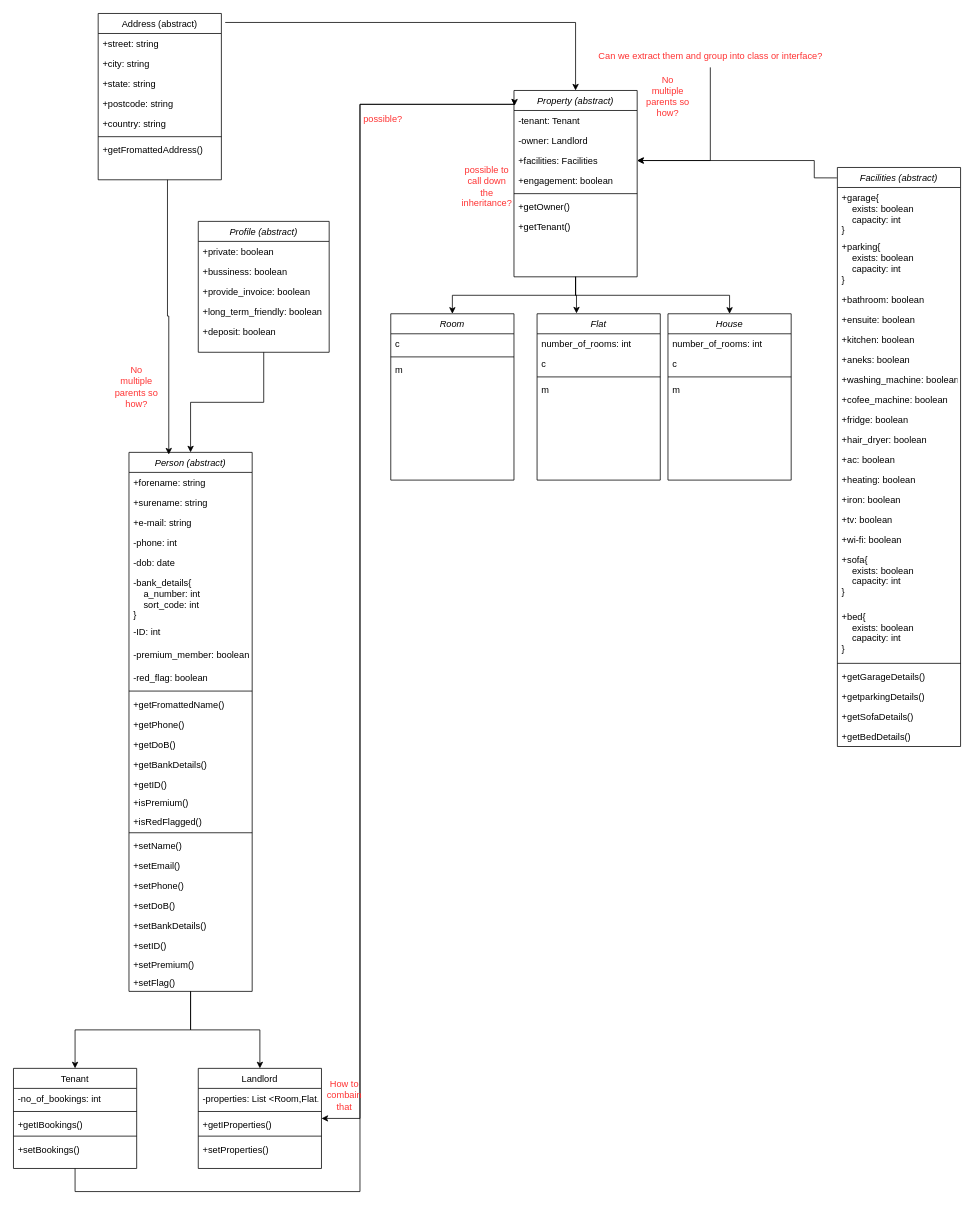
The draw.io diagram Documentation/CW_diagram.drawio in MMadejsza/C-_SD3_Coursework_-_Application_-SpareB-B-, before the edit. Source tidied: cells renumbered, new cells numbered last; positions are measured from the earlier drawing's top-left corner, leaving out a move shared by most shapes. Both pictures are drawn from the tidied source at 77%, with x=0, y=0 at pixel (13, 13).
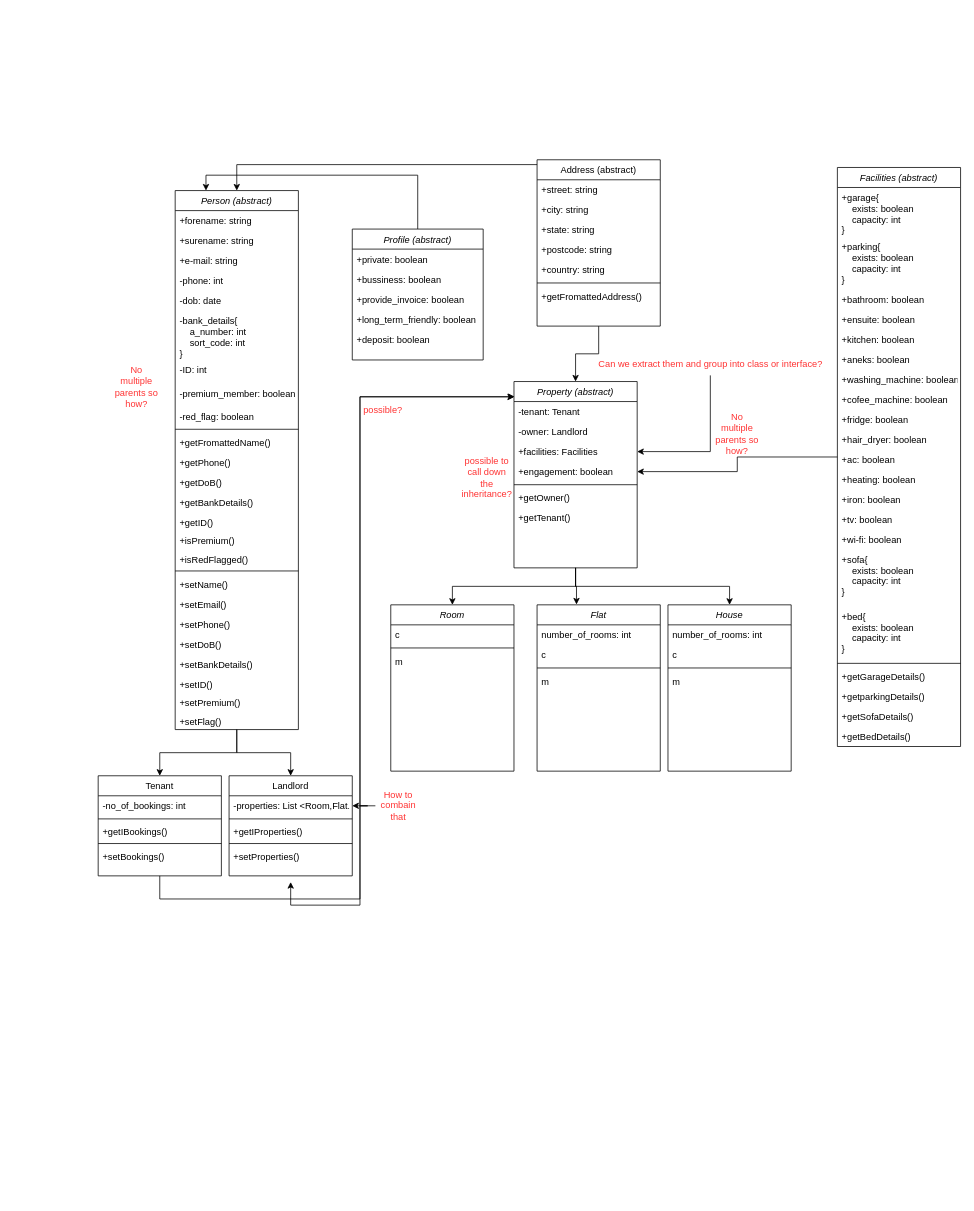
The same page after the edit.

Commit message:
structure/shape corrected

Unchanged cells that the change refers to:
```xml
<mxCell id="68" value="+facilities: Facilities" style="text;align=left;verticalAlign=top;spacingLeft=4;spacingRight=4;overflow=hidden;points=[[0,0.5],[1,0.5]];portConstraint=eastwest;rounded=0;shadow=0;html=0;" parent="65" vertex="1">
  <mxGeometry y="78" width="160" height="26" as="geometry" />
</mxCell>
<mxCell id="69" value="+engagement: boolean" style="text;align=left;verticalAlign=top;spacingLeft=4;spacingRight=4;overflow=hidden;points=[[0,0.5],[1,0.5]];portConstraint=eastwest;" parent="65" vertex="1">
  <mxGeometry y="104" width="160" height="26" as="geometry" />
</mxCell>
<mxCell id="83" value="Facilities (abstract)" style="swimlane;fontStyle=2;align=center;verticalAlign=top;horizontal=1;startSize=26;rounded=0;shadow=0;strokeWidth=1;" parent="1" vertex="1">
  <mxGeometry x="1070" y="200" width="160" height="752" as="geometry" />
</mxCell>
<mxCell id="109" value="-properties: List &lt;Room,Flat...&gt;" style="text;align=left;verticalAlign=top;spacingLeft=4;spacingRight=4;overflow=hidden;points=[[0,0.5],[1,0.5]];portConstraint=eastwest;" parent="108" vertex="1">
  <mxGeometry y="26" width="160" height="26" as="geometry" />
</mxCell>
```

What changed in the source:
```diff
@@
     <mxCell id="4" value="Person (abstract)" style="swimlane;fontStyle=2;align=center;verticalAlign=top;horizontal=1;startSize=26;rounded=0;shadow=0;strokeWidth=1;" parent="1" vertex="1">
-      <mxGeometry x="150" y="570" width="160" height="700" as="geometry" />
+      <mxGeometry x="210" y="230" width="160" height="700" as="geometry" />
     </mxCell>
@@
     <mxCell id="31" style="edgeStyle=orthogonalEdgeStyle;rounded=0;jettySize=auto;html=1;entryX=0.005;entryY=0.081;entryDx=0;entryDy=0;entryPerimeter=0;" parent="1" edge="1" source="32" target="65">
       <mxGeometry relative="1" as="geometry">
         <Array as="points">
-          <mxPoint x="80" y="1530" />
-          <mxPoint x="450" y="1530" />
-          <mxPoint x="450" y="118" />
+          <mxPoint x="190" y="1150" />
+          <mxPoint x="450" y="1150" />
+          <mxPoint x="450" y="498" />
         </Array>
       </mxGeometry>
     </mxCell>
     <mxCell id="32" value="Tenant" style="swimlane;fontStyle=0;align=center;verticalAlign=top;horizontal=1;startSize=26;rounded=0;shadow=0;strokeWidth=1;" parent="1" vertex="1">
-      <mxGeometry y="1370" width="160" height="130" as="geometry" />
+      <mxGeometry x="110" y="990" width="160" height="130" as="geometry" />
     </mxCell>
@@
+    <mxCell id="39" style="edgeStyle=orthogonalEdgeStyle;rounded=0;jettySize=auto;html=1;entryX=0.5;entryY=0;entryDx=0;entryDy=0;exitX=0.013;exitY=0.029;exitDx=0;exitDy=0;exitPerimeter=0;" parent="1" edge="1" source="40" target="4">
+      <mxGeometry relative="1" as="geometry" />
+    </mxCell>
-    <mxCell id="38" style="edgeStyle=orthogonalEdgeStyle;rounded=0;jettySize=auto;html=1;entryX=0.5;entryY=0;entryDx=0;entryDy=0;exitX=1.031;exitY=0.054;exitDx=0;exitDy=0;exitPerimeter=0;" parent="1" edge="1" source="40" target="65">
+    <mxCell id="38" style="edgeStyle=orthogonalEdgeStyle;rounded=0;jettySize=auto;html=1;exitX=0.5;exitY=1;exitDx=0;exitDy=0;" parent="1" edge="1" source="40" target="65">
       <mxGeometry relative="1" as="geometry" />
     </mxCell>
-    <mxCell id="39" style="edgeStyle=orthogonalEdgeStyle;rounded=0;jettySize=auto;html=1;entryX=0.323;entryY=0.004;entryDx=0;entryDy=0;entryPerimeter=0;" parent="1" edge="1" source="40" target="4">
-      <mxGeometry relative="1" as="geometry">
-        <Array as="points">
-          <mxPoint x="200" y="393" />
-          <mxPoint x="202" y="393" />
-        </Array>
-      </mxGeometry>
-    </mxCell>
     <mxCell id="40" value="Address (abstract)" style="swimlane;fontStyle=0;align=center;verticalAlign=top;horizontal=1;startSize=26;rounded=0;shadow=0;strokeWidth=1;" parent="1" vertex="1">
-      <mxGeometry x="110" width="160" height="216" as="geometry" />
+      <mxGeometry x="680" y="190" width="160" height="216" as="geometry" />
     </mxCell>
@@
     <mxCell id="48" value="House" style="swimlane;fontStyle=2;align=center;verticalAlign=top;horizontal=1;startSize=26;rounded=0;shadow=0;strokeWidth=1;" parent="1" vertex="1">
-      <mxGeometry x="850" y="390" width="160" height="216" as="geometry" />
+      <mxGeometry x="850" y="768" width="160" height="216" as="geometry" />
     </mxCell>
@@
     <mxCell id="53" value="Flat" style="swimlane;fontStyle=2;align=center;verticalAlign=top;horizontal=1;startSize=26;rounded=0;shadow=0;strokeWidth=1;" parent="1" vertex="1">
-      <mxGeometry x="680" y="390" width="160" height="216" as="geometry" />
+      <mxGeometry x="680" y="768" width="160" height="216" as="geometry" />
     </mxCell>
@@
     <mxCell id="58" value="Room" style="swimlane;fontStyle=2;align=center;verticalAlign=top;horizontal=1;startSize=26;rounded=0;shadow=0;strokeWidth=1;" parent="1" vertex="1">
-      <mxGeometry x="490" y="390" width="160" height="216" as="geometry" />
+      <mxGeometry x="490" y="768" width="160" height="216" as="geometry" />
     </mxCell>
@@
     <mxCell id="65" value="Property (abstract)" style="swimlane;fontStyle=2;align=center;verticalAlign=top;horizontal=1;startSize=26;rounded=0;shadow=0;strokeWidth=1;" parent="1" vertex="1">
-      <mxGeometry x="650" y="100" width="160" height="242" as="geometry" />
+      <mxGeometry x="650" y="478" width="160" height="242" as="geometry" />
     </mxCell>
@@
-    <mxCell id="73" style="edgeStyle=orthogonalEdgeStyle;rounded=0;jettySize=auto;html=1;entryX=0.5;entryY=0;entryDx=0;entryDy=0;" parent="1" edge="1" source="74" target="4">
-      <mxGeometry relative="1" as="geometry" />
+    <mxCell id="73" style="edgeStyle=orthogonalEdgeStyle;rounded=0;jettySize=auto;html=1;entryX=0.25;entryY=0;entryDx=0;entryDy=0;exitX=0.5;exitY=0;exitDx=0;exitDy=0;" parent="1" edge="1" source="74" target="4">
+      <mxGeometry relative="1" as="geometry">
+        <Array as="points">
+          <mxPoint x="525" y="210" />
+          <mxPoint x="250" y="210" />
+        </Array>
+      </mxGeometry>
     </mxCell>
     <mxCell id="74" value="Profile (abstract)" style="swimlane;fontStyle=2;align=center;verticalAlign=top;horizontal=1;startSize=26;rounded=0;shadow=0;strokeWidth=1;" parent="1" vertex="1">
-      <mxGeometry x="240" y="270" width="170" height="170" as="geometry" />
+      <mxGeometry x="440" y="280" width="170" height="170" as="geometry" />
     </mxCell>
@@
-    <mxCell id="81" value="Can we extract them and group into class or interface?" style="text;html=1;align=center;verticalAlign=middle;points=[];strokeColor=none;fillColor=none;fontColor=#FF3333;" parent="1" vertex="1">
-      <mxGeometry x="750" y="40" width="310" height="30" as="geometry" />
-    </mxCell>
-    <mxCell id="82" style="edgeStyle=orthogonalEdgeStyle;rounded=0;jettySize=auto;html=1;entryX=1;entryY=0.5;entryDx=0;entryDy=0;exitX=-0.004;exitY=0.018;exitDx=0;exitDy=0;exitPerimeter=0;" parent="1" edge="1" source="83" target="68">
-      <mxGeometry relative="1" as="geometry">
-        <Array as="points">
-          <mxPoint x="1040" y="214" />
-          <mxPoint x="1040" y="191" />
-        </Array>
-      </mxGeometry>
-    </mxCell>
+    <mxCell id="118" style="edgeStyle=orthogonalEdgeStyle;rounded=0;jettySize=auto;html=1;entryX=1;entryY=0.5;entryDx=0;entryDy=0;" parent="1" edge="1" source="83" target="69">
+      <mxGeometry relative="1" as="geometry" />
+    </mxCell>
@@
     <mxCell id="106" value="No multiple parents so how?" style="text;html=1;strokeColor=none;fillColor=none;align=center;verticalAlign=middle;whiteSpace=wrap;rounded=0;fontColor=#FF3333;" parent="1" vertex="1">
-      <mxGeometry x="820" y="93" width="60" height="30" as="geometry" />
+      <mxGeometry x="910" y="531" width="60" height="30" as="geometry" />
     </mxCell>
-    <mxCell id="107" style="edgeStyle=orthogonalEdgeStyle;rounded=0;jettySize=auto;html=1;entryX=0.005;entryY=0.081;entryDx=0;entryDy=0;entryPerimeter=0;endArrow=classic;endFill=1;startArrow=classic;startFill=1;" parent="1" edge="1" source="108" target="65">
+    <mxCell id="107" style="edgeStyle=orthogonalEdgeStyle;rounded=0;jettySize=auto;html=1;endArrow=classic;endFill=1;startArrow=classic;startFill=1;" parent="1" edge="1" target="65">
       <mxGeometry relative="1" as="geometry">
+        <mxPoint x="360" y="1128" as="sourcePoint" />
         <Array as="points">
-          <mxPoint x="450" y="1435" />
-          <mxPoint x="450" y="118" />
+          <mxPoint x="360" y="1158" />
+          <mxPoint x="450" y="1158" />
+          <mxPoint x="450" y="498" />
         </Array>
       </mxGeometry>
     </mxCell>
     <mxCell id="108" value="Landlord" style="swimlane;fontStyle=0;align=center;verticalAlign=top;horizontal=1;startSize=26;rounded=0;shadow=0;strokeWidth=1;" parent="1" vertex="1">
-      <mxGeometry x="240" y="1370" width="160" height="130" as="geometry" />
+      <mxGeometry x="280" y="990" width="160" height="130" as="geometry" />
     </mxCell>
@@
     <mxCell id="115" value="possible?" style="text;html=1;strokeColor=none;fillColor=none;align=center;verticalAlign=middle;whiteSpace=wrap;rounded=0;fontColor=#FF3333;" parent="1" vertex="1">
-      <mxGeometry x="450" y="123" width="60" height="30" as="geometry" />
+      <mxGeometry x="450" y="501" width="60" height="30" as="geometry" />
     </mxCell>
     <mxCell id="116" value="possible to call down the inheritance?" style="text;html=1;strokeColor=none;fillColor=none;align=center;verticalAlign=middle;whiteSpace=wrap;rounded=0;fontColor=#FF3333;" parent="1" vertex="1">
-      <mxGeometry x="585" y="210" width="60" height="30" as="geometry" />
+      <mxGeometry x="585" y="588" width="60" height="30" as="geometry" />
     </mxCell>
+    <mxCell id="119" style="edgeStyle=orthogonalEdgeStyle;rounded=0;jettySize=auto;html=1;" parent="1" edge="1" source="117" target="109">
+      <mxGeometry relative="1" as="geometry" />
+    </mxCell>
     <mxCell id="117" value="&lt;font color=&quot;#ff3333&quot;&gt;How to combain that&lt;/font&gt;" style="text;html=1;strokeColor=none;fillColor=none;align=center;verticalAlign=middle;whiteSpace=wrap;rounded=0;" parent="1" vertex="1">
-      <mxGeometry x="400" y="1390" width="60" height="30" as="geometry" />
+      <mxGeometry x="470" y="1014" width="60" height="30" as="geometry" />
     </mxCell>
+    <mxCell id="81" value="Can we extract them and group into class or interface?" style="text;html=1;align=center;verticalAlign=middle;points=[];strokeColor=none;fillColor=none;fontColor=#FF3333;" parent="1" vertex="1">
+      <mxGeometry x="750" y="440" width="310" height="30" as="geometry" />
+    </mxCell>
```
